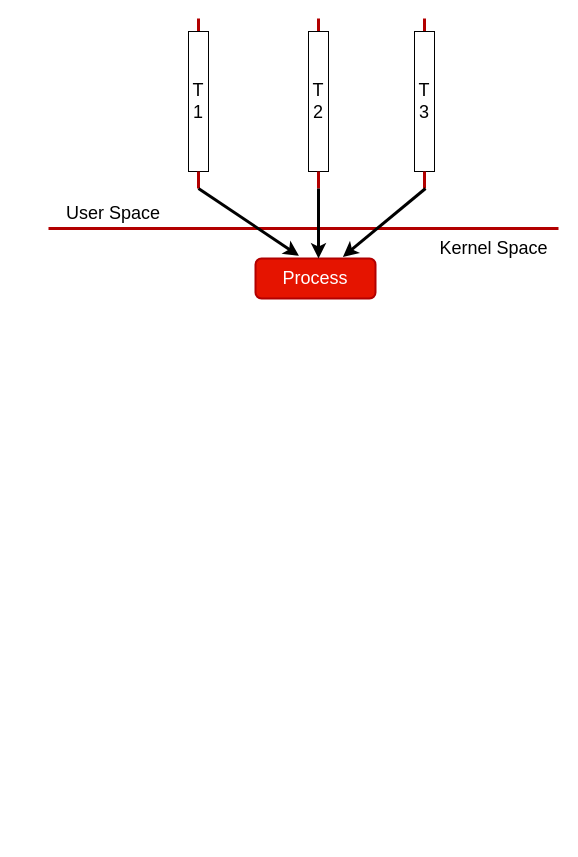
This is multi-thread.drawio from auula/draw.io, a draw.io file, before an edit. Source tidied: cells renumbered, new cells numbered last; positions are measured from the earlier drawing's top-left corner, leaving out a move shared by most shapes. Both pictures are drawn from the tidied source at 100%, with x=0, y=0 at pixel (48, 18).
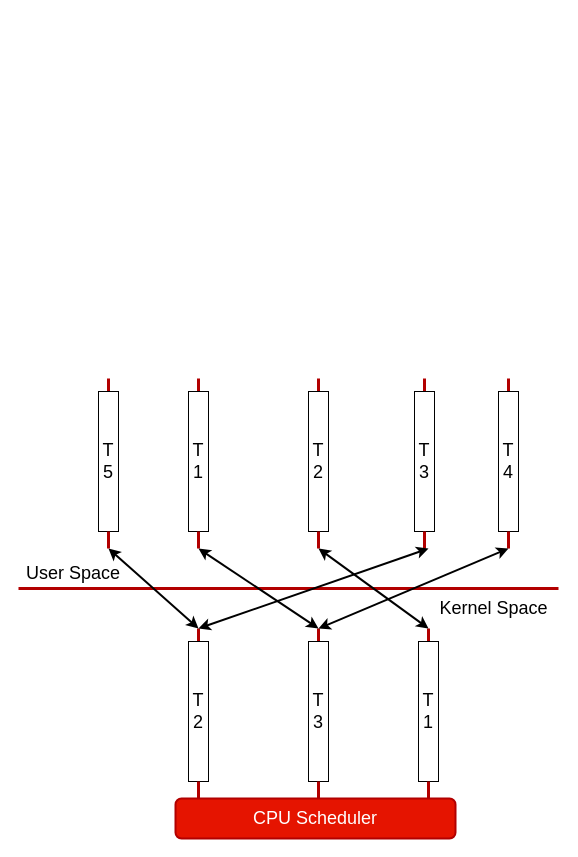
Above is the later version.

Change to the diagram source:
```diff
@@
-    <mxCell id="2" style="endArrow=none;html=1;rounded=0;strokeWidth=3;fillColor=#e51400;strokeColor=#B20000;" parent="1" edge="1">
-      <mxGeometry relative="1" as="geometry">
-        <mxPoint y="210" as="sourcePoint" />
-        <mxPoint x="510" y="210" as="targetPoint" />
-      </mxGeometry>
-    </mxCell>
+    <mxCell id="21" style="endArrow=none;html=1;rounded=0;strokeWidth=3;fillColor=#e51400;strokeColor=#B20000;" parent="1" edge="1">
+      <mxGeometry relative="1" as="geometry">
+        <mxPoint x="-30" y="570" as="sourcePoint" />
+        <mxPoint x="510" y="570" as="targetPoint" />
+      </mxGeometry>
+    </mxCell>
     <mxCell id="3" value="&lt;font style=&quot;font-size: 18px;&quot;&gt;User Space&lt;/font&gt;" style="text;html=1;strokeColor=none;fillColor=none;align=center;verticalAlign=middle;whiteSpace=wrap;rounded=0;" parent="1" vertex="1">
-      <mxGeometry x="10" y="180" width="110" height="30" as="geometry" />
+      <mxGeometry x="-30" y="540" width="110" height="30" as="geometry" />
     </mxCell>
-    <mxCell id="4" style="group;" parent="1" vertex="1">
-      <mxGeometry x="140" width="20" height="170" as="geometry" />
-    </mxCell>
-    <mxCell id="5" style="endArrow=none;html=1;rounded=0;fontSize=18;strokeWidth=3;fillColor=#e51400;strokeColor=#B20000;startArrow=none;" parent="4" edge="1" source="6">
-      <mxGeometry relative="1" as="geometry">
-        <mxPoint x="10" as="targetPoint" />
-      </mxGeometry>
-    </mxCell>
-    <mxCell id="6" value="T&lt;br&gt;1" style="rounded=0;whiteSpace=wrap;html=1;fontSize=18;" parent="4" vertex="1">
-      <mxGeometry y="13" width="20" height="140" as="geometry" />
-    </mxCell>
-    <mxCell id="7" style="endArrow=none;html=1;rounded=0;fontSize=18;strokeWidth=3;fillColor=#e51400;strokeColor=#B20000;" parent="4" edge="1" target="6">
-      <mxGeometry relative="1" as="geometry">
-        <mxPoint x="10" y="170" as="sourcePoint" />
-      </mxGeometry>
-    </mxCell>
-    <mxCell id="8" style="endArrow=classic;html=1;rounded=0;fontSize=18;strokeWidth=3;entryX=0.362;entryY=-0.066;entryDx=0;entryDy=0;entryPerimeter=0;" parent="4" edge="1" target="18">
-      <mxGeometry relative="1" as="geometry">
-        <mxPoint x="10" y="170" as="sourcePoint" />
-      </mxGeometry>
-    </mxCell>
-    <mxCell id="9" style="group;" parent="1" vertex="1">
-      <mxGeometry x="260" width="20" height="170" as="geometry" />
-    </mxCell>
-    <mxCell id="10" style="endArrow=none;html=1;rounded=0;fontSize=18;strokeWidth=3;fillColor=#e51400;strokeColor=#B20000;startArrow=none;" parent="9" edge="1" source="11">
-      <mxGeometry relative="1" as="geometry">
-        <mxPoint x="10" as="targetPoint" />
-      </mxGeometry>
-    </mxCell>
-    <mxCell id="11" value="T&lt;br&gt;2" style="rounded=0;whiteSpace=wrap;html=1;fontSize=18;" parent="9" vertex="1">
-      <mxGeometry y="13" width="20" height="140" as="geometry" />
-    </mxCell>
-    <mxCell id="12" style="endArrow=none;html=1;rounded=0;fontSize=18;strokeWidth=3;fillColor=#e51400;strokeColor=#B20000;" parent="9" edge="1" target="11">
-      <mxGeometry relative="1" as="geometry">
-        <mxPoint x="10" y="170" as="sourcePoint" />
-      </mxGeometry>
-    </mxCell>
-    <mxCell id="13" style="group;" parent="1" vertex="1">
-      <mxGeometry x="366" width="20" height="170" as="geometry" />
-    </mxCell>
-    <mxCell id="14" style="endArrow=none;html=1;rounded=0;fontSize=18;strokeWidth=3;fillColor=#e51400;strokeColor=#B20000;startArrow=none;" parent="13" edge="1" source="15">
-      <mxGeometry relative="1" as="geometry">
-        <mxPoint x="10" as="targetPoint" />
-      </mxGeometry>
-    </mxCell>
-    <mxCell id="15" value="T&lt;br&gt;3" style="rounded=0;whiteSpace=wrap;html=1;fontSize=18;" parent="13" vertex="1">
-      <mxGeometry y="13" width="20" height="140" as="geometry" />
-    </mxCell>
-    <mxCell id="16" style="endArrow=none;html=1;rounded=0;fontSize=18;strokeWidth=3;fillColor=#e51400;strokeColor=#B20000;" parent="13" edge="1" target="15">
-      <mxGeometry relative="1" as="geometry">
-        <mxPoint x="10" y="170" as="sourcePoint" />
-      </mxGeometry>
-    </mxCell>
+    <mxCell id="22" style="group;" parent="1" vertex="1">
+      <mxGeometry x="140" y="360" width="20" height="170" as="geometry" />
+    </mxCell>
+    <mxCell id="23" style="endArrow=none;html=1;rounded=0;fontSize=18;strokeWidth=3;fillColor=#e51400;strokeColor=#B20000;startArrow=none;" parent="22" edge="1" source="24">
+      <mxGeometry relative="1" as="geometry">
+        <mxPoint x="10" as="targetPoint" />
+      </mxGeometry>
+    </mxCell>
+    <mxCell id="24" value="T&lt;br&gt;1" style="rounded=0;whiteSpace=wrap;html=1;fontSize=18;" parent="22" vertex="1">
+      <mxGeometry y="13" width="20" height="140" as="geometry" />
+    </mxCell>
+    <mxCell id="25" style="endArrow=none;html=1;rounded=0;fontSize=18;strokeWidth=3;fillColor=#e51400;strokeColor=#B20000;" parent="22" edge="1" target="24">
+      <mxGeometry relative="1" as="geometry">
+        <mxPoint x="10" y="170" as="sourcePoint" />
+      </mxGeometry>
+    </mxCell>
+    <mxCell id="26" style="group;" parent="1" vertex="1">
+      <mxGeometry x="260" y="360" width="20" height="170" as="geometry" />
+    </mxCell>
+    <mxCell id="27" style="endArrow=none;html=1;rounded=0;fontSize=18;strokeWidth=3;fillColor=#e51400;strokeColor=#B20000;startArrow=none;" parent="26" edge="1" source="28">
+      <mxGeometry relative="1" as="geometry">
+        <mxPoint x="10" as="targetPoint" />
+      </mxGeometry>
+    </mxCell>
+    <mxCell id="28" value="T&lt;br&gt;2" style="rounded=0;whiteSpace=wrap;html=1;fontSize=18;" parent="26" vertex="1">
+      <mxGeometry y="13" width="20" height="140" as="geometry" />
+    </mxCell>
+    <mxCell id="29" style="endArrow=none;html=1;rounded=0;fontSize=18;strokeWidth=3;fillColor=#e51400;strokeColor=#B20000;" parent="26" edge="1" target="28">
+      <mxGeometry relative="1" as="geometry">
+        <mxPoint x="10" y="170" as="sourcePoint" />
+      </mxGeometry>
+    </mxCell>
+    <mxCell id="30" style="group;" parent="1" vertex="1">
+      <mxGeometry x="366" y="360" width="20" height="170" as="geometry" />
+    </mxCell>
+    <mxCell id="31" style="endArrow=none;html=1;rounded=0;fontSize=18;strokeWidth=3;fillColor=#e51400;strokeColor=#B20000;startArrow=none;" parent="30" edge="1" source="32">
+      <mxGeometry relative="1" as="geometry">
+        <mxPoint x="10" as="targetPoint" />
+      </mxGeometry>
+    </mxCell>
+    <mxCell id="32" value="T&lt;br&gt;3" style="rounded=0;whiteSpace=wrap;html=1;fontSize=18;" parent="30" vertex="1">
+      <mxGeometry y="13" width="20" height="140" as="geometry" />
+    </mxCell>
+    <mxCell id="33" style="endArrow=none;html=1;rounded=0;fontSize=18;strokeWidth=3;fillColor=#e51400;strokeColor=#B20000;" parent="30" edge="1" target="32">
+      <mxGeometry relative="1" as="geometry">
+        <mxPoint x="10" y="170" as="sourcePoint" />
+      </mxGeometry>
+    </mxCell>
     <mxCell id="17" value="&lt;span style=&quot;&quot;&gt;Kernel Space&lt;/span&gt;" style="text;html=1;align=center;verticalAlign=middle;strokeColor=none;fillColor=none;fontSize=18;" parent="1" vertex="1">
-      <mxGeometry x="380" y="210" width="130" height="40" as="geometry" />
+      <mxGeometry x="380" y="570" width="130" height="40" as="geometry" />
     </mxCell>
-    <mxCell id="18" value="Process" style="rounded=1;whiteSpace=wrap;html=1;fontSize=18;strokeWidth=2;fillColor=#e51400;fontColor=#ffffff;strokeColor=#B20000;" parent="1" vertex="1">
-      <mxGeometry x="207" y="240" width="120" height="40" as="geometry" />
-    </mxCell>
-    <mxCell id="19" style="endArrow=classic;html=1;rounded=0;fontSize=18;strokeWidth=3;entryX=0.5;entryY=0;entryDx=0;entryDy=0;" parent="1" edge="1">
-      <mxGeometry relative="1" as="geometry">
-        <mxPoint x="270" y="170" as="sourcePoint" />
-        <mxPoint x="270" y="240" as="targetPoint" />
-      </mxGeometry>
-    </mxCell>
-    <mxCell id="20" style="endArrow=classic;html=1;rounded=0;fontSize=18;strokeWidth=3;entryX=0.695;entryY=-0.041;entryDx=0;entryDy=0;entryPerimeter=0;" parent="1" edge="1">
-      <mxGeometry relative="1" as="geometry">
-        <mxPoint x="377" y="170" as="sourcePoint" />
-        <mxPoint x="294.4" y="238.4" as="targetPoint" />
-      </mxGeometry>
-    </mxCell>
+    <mxCell id="34" style="group;" parent="1" vertex="1">
+      <mxGeometry x="140" y="610" width="20" height="170" as="geometry" />
+    </mxCell>
+    <mxCell id="35" style="endArrow=none;html=1;rounded=0;fontSize=18;strokeWidth=3;fillColor=#e51400;strokeColor=#B20000;startArrow=none;" parent="34" edge="1" source="36">
+      <mxGeometry relative="1" as="geometry">
+        <mxPoint x="10" as="targetPoint" />
+      </mxGeometry>
+    </mxCell>
+    <mxCell id="36" value="T&lt;br&gt;2" style="rounded=0;whiteSpace=wrap;html=1;fontSize=18;" parent="34" vertex="1">
+      <mxGeometry y="13" width="20" height="140" as="geometry" />
+    </mxCell>
+    <mxCell id="37" style="endArrow=none;html=1;rounded=0;fontSize=18;strokeWidth=3;fillColor=#e51400;strokeColor=#B20000;" parent="34" edge="1" target="36">
+      <mxGeometry relative="1" as="geometry">
+        <mxPoint x="10" y="170" as="sourcePoint" />
+      </mxGeometry>
+    </mxCell>
+    <mxCell id="38" style="group;" parent="1" vertex="1">
+      <mxGeometry x="260" y="610" width="20" height="170" as="geometry" />
+    </mxCell>
+    <mxCell id="39" style="endArrow=none;html=1;rounded=0;fontSize=18;strokeWidth=3;fillColor=#e51400;strokeColor=#B20000;startArrow=none;" parent="38" edge="1" source="40">
+      <mxGeometry relative="1" as="geometry">
+        <mxPoint x="10" as="targetPoint" />
+      </mxGeometry>
+    </mxCell>
+    <mxCell id="40" value="T&lt;br&gt;3" style="rounded=0;whiteSpace=wrap;html=1;fontSize=18;" parent="38" vertex="1">
+      <mxGeometry y="13" width="20" height="140" as="geometry" />
+    </mxCell>
+    <mxCell id="41" style="endArrow=none;html=1;rounded=0;fontSize=18;strokeWidth=3;fillColor=#e51400;strokeColor=#B20000;" parent="38" edge="1" target="40">
+      <mxGeometry relative="1" as="geometry">
+        <mxPoint x="10" y="170" as="sourcePoint" />
+      </mxGeometry>
+    </mxCell>
+    <mxCell id="42" style="group;" parent="1" vertex="1">
+      <mxGeometry x="370" y="610" width="20" height="170" as="geometry" />
+    </mxCell>
+    <mxCell id="43" style="endArrow=none;html=1;rounded=0;fontSize=18;strokeWidth=3;fillColor=#e51400;strokeColor=#B20000;startArrow=none;" parent="42" edge="1" source="44">
+      <mxGeometry relative="1" as="geometry">
+        <mxPoint x="10" as="targetPoint" />
+      </mxGeometry>
+    </mxCell>
+    <mxCell id="44" value="T&lt;br&gt;1" style="rounded=0;whiteSpace=wrap;html=1;fontSize=18;" parent="42" vertex="1">
+      <mxGeometry y="13" width="20" height="140" as="geometry" />
+    </mxCell>
+    <mxCell id="45" style="endArrow=none;html=1;rounded=0;fontSize=18;strokeWidth=3;fillColor=#e51400;strokeColor=#B20000;" parent="42" edge="1" target="44">
+      <mxGeometry relative="1" as="geometry">
+        <mxPoint x="10" y="170" as="sourcePoint" />
+      </mxGeometry>
+    </mxCell>
+    <mxCell id="46" style="endArrow=classic;startArrow=classic;html=1;rounded=0;fontSize=18;strokeWidth=2;" parent="1" edge="1">
+      <mxGeometry relative="1" as="geometry">
+        <mxPoint x="150" y="530" as="sourcePoint" />
+        <mxPoint x="270" y="610" as="targetPoint" />
+      </mxGeometry>
+    </mxCell>
+    <mxCell id="47" style="endArrow=classic;startArrow=classic;html=1;rounded=0;fontSize=18;strokeWidth=2;" parent="1" edge="1">
+      <mxGeometry relative="1" as="geometry">
+        <mxPoint x="150" y="610" as="sourcePoint" />
+        <mxPoint x="380" y="530" as="targetPoint" />
+      </mxGeometry>
+    </mxCell>
+    <mxCell id="48" style="endArrow=classic;startArrow=classic;html=1;rounded=0;fontSize=18;strokeWidth=2;" parent="1" edge="1">
+      <mxGeometry relative="1" as="geometry">
+        <mxPoint x="380" y="610" as="sourcePoint" />
+        <mxPoint x="270" y="530" as="targetPoint" />
+      </mxGeometry>
+    </mxCell>
+    <mxCell id="49" value="CPU Scheduler" style="rounded=1;whiteSpace=wrap;html=1;fontSize=18;strokeWidth=2;fillColor=#e51400;fontColor=#ffffff;strokeColor=#B20000;" parent="1" vertex="1">
+      <mxGeometry x="127" y="780" width="280" height="40" as="geometry" />
+    </mxCell>
+    <mxCell id="50" style="group;" parent="1" vertex="1">
+      <mxGeometry x="450" y="360" width="20" height="170" as="geometry" />
+    </mxCell>
+    <mxCell id="51" style="endArrow=none;html=1;rounded=0;fontSize=18;strokeWidth=3;fillColor=#e51400;strokeColor=#B20000;startArrow=none;" parent="50" edge="1" source="52">
+      <mxGeometry relative="1" as="geometry">
+        <mxPoint x="10" as="targetPoint" />
+      </mxGeometry>
+    </mxCell>
+    <mxCell id="52" value="T&lt;br&gt;4" style="rounded=0;whiteSpace=wrap;html=1;fontSize=18;" parent="50" vertex="1">
+      <mxGeometry y="13" width="20" height="140" as="geometry" />
+    </mxCell>
+    <mxCell id="53" style="endArrow=none;html=1;rounded=0;fontSize=18;strokeWidth=3;fillColor=#e51400;strokeColor=#B20000;" parent="50" edge="1" target="52">
+      <mxGeometry relative="1" as="geometry">
+        <mxPoint x="10" y="170" as="sourcePoint" />
+      </mxGeometry>
+    </mxCell>
+    <mxCell id="54" style="endArrow=classic;startArrow=classic;html=1;rounded=0;fontSize=18;strokeWidth=2;" parent="1" edge="1">
+      <mxGeometry relative="1" as="geometry">
+        <mxPoint x="270" y="610" as="sourcePoint" />
+        <mxPoint x="460" y="530" as="targetPoint" />
+      </mxGeometry>
+    </mxCell>
+    <mxCell id="55" style="group;" parent="1" vertex="1">
+      <mxGeometry x="50" y="360" width="20" height="170" as="geometry" />
+    </mxCell>
+    <mxCell id="56" style="endArrow=none;html=1;rounded=0;fontSize=18;strokeWidth=3;fillColor=#e51400;strokeColor=#B20000;startArrow=none;" parent="55" edge="1" source="57">
+      <mxGeometry relative="1" as="geometry">
+        <mxPoint x="10" as="targetPoint" />
+      </mxGeometry>
+    </mxCell>
+    <mxCell id="57" value="T&lt;br&gt;5" style="rounded=0;whiteSpace=wrap;html=1;fontSize=18;" parent="55" vertex="1">
+      <mxGeometry y="13" width="20" height="140" as="geometry" />
+    </mxCell>
+    <mxCell id="58" style="endArrow=none;html=1;rounded=0;fontSize=18;strokeWidth=3;fillColor=#e51400;strokeColor=#B20000;" parent="55" edge="1" target="57">
+      <mxGeometry relative="1" as="geometry">
+        <mxPoint x="10" y="170" as="sourcePoint" />
+      </mxGeometry>
+    </mxCell>
+    <mxCell id="59" style="endArrow=classic;startArrow=classic;html=1;rounded=0;fontSize=18;strokeWidth=2;" parent="1" edge="1">
+      <mxGeometry relative="1" as="geometry">
+        <mxPoint x="150" y="610" as="sourcePoint" />
+        <mxPoint x="60" y="530" as="targetPoint" />
+      </mxGeometry>
+    </mxCell>
```
